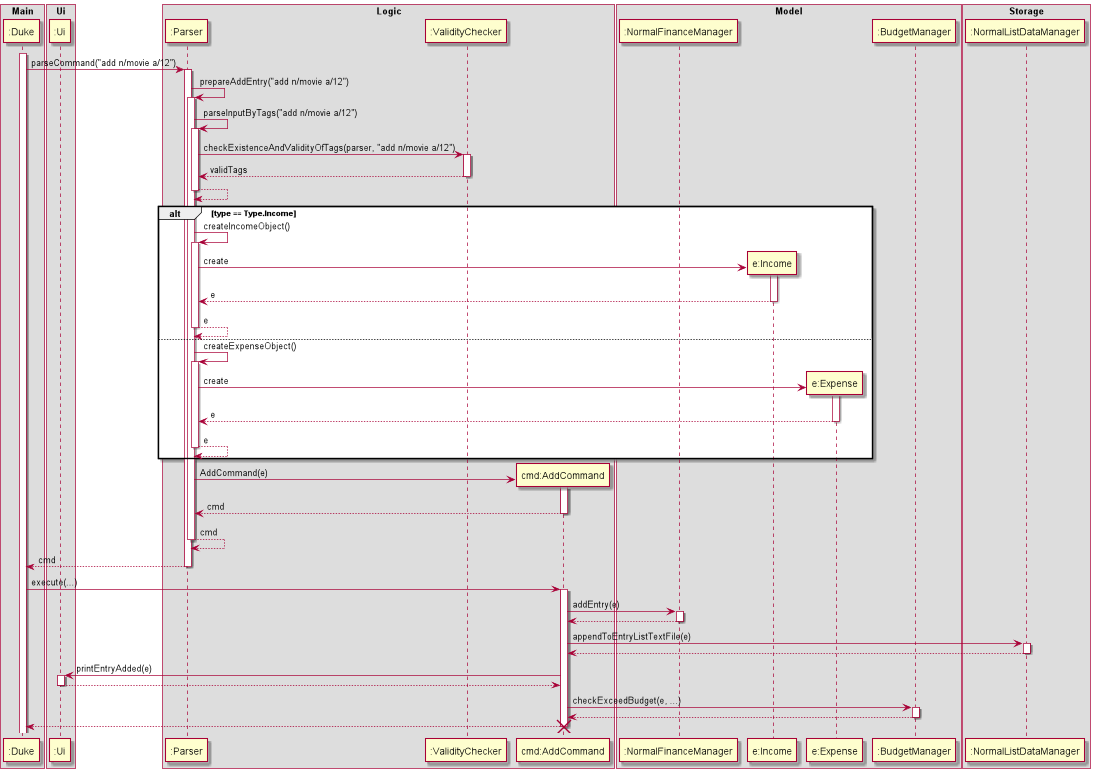
yanjia1777/tp keeps this PlantUML diagram as docs/images/LogicSequenceDiagram.png. Above is the earlier version.
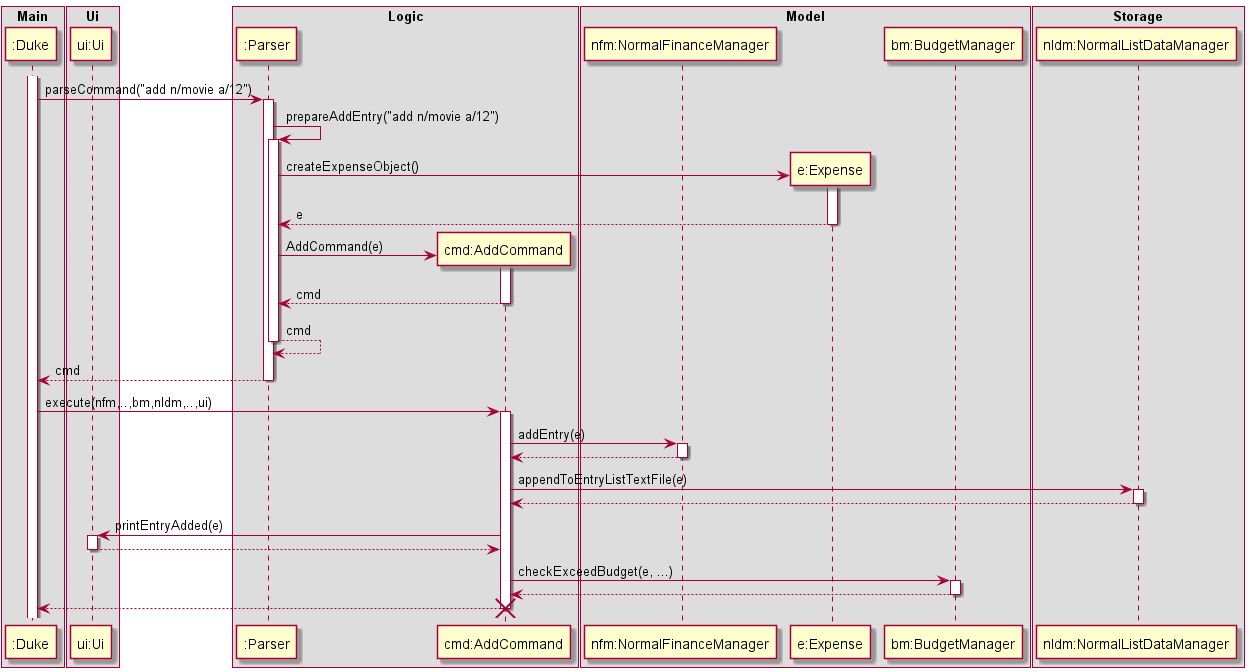
Above is the later version.

Commit message:
Update DG with simpler logic sequence diagram and parser implementation

The edit, as a diff of the source:
```diff
@@ -3,23 +3,21 @@
 Participant ":Duke" as Duke
 end box
 box Ui
-Participant ":Ui" as Ui
+Participant "ui:Ui" as Ui
 end box
 box Logic
 Participant ":Parser" as Parser
-Participant ":ValidityChecker" as Valid
 Participant "cmd:AddCommand" as DeleteCommand
 end box
 
 box Model
-Participant ":NormalFinanceManager" as NormalFinanceManager
-Participant "e:Income" as Entry2
-Participant "e:Expense" as Entry
-Participant ":BudgetManager" as Budget
+Participant "nfm:NormalFinanceManager" as NormalFinanceManager
+Participant "e:Expense" as Entry2
+Participant "bm:BudgetManager" as Budget
 end box
 
 box Storage
-Participant ":NormalListDataManager" as NormalListDataManager
+Participant "nldm:NormalListDataManager" as NormalListDataManager
 end box
 
 activate Duke
@@ -27,38 +25,13 @@
 activate Parser
 
 Parser -> Parser : prepareAddEntry("add n/movie a/12")
-activate Parser
-Parser -> Parser : parseInputByTags("add n/movie a/12")
-activate Parser
-Parser -> Valid : checkExistenceAndValidityOfTags(parser, "add n/movie a/12")
-activate Valid
-Valid --> Parser : validTags
-deactivate Valid
 
-Parser --> Parser
-deactivate Parser
-alt type == Type.Income
-    Parser -> Parser : createIncomeObject()
     activate Parser
     create Entry2
-    Parser -> Entry2 : create
+    Parser -> Entry2 : createExpenseObject()
     activate Entry2
     Entry2 --> Parser : e
     deactivate Entry2
-    Parser --> Parser : e
-    deactivate Parser
-else
-    Parser -> Parser : createExpenseObject()
-    activate Parser
-        create Entry
-        Parser -> Entry : create
-        activate Entry
-        Entry --> Parser : e
-        deactivate Entry
-        Parser --> Parser : e
-        deactivate Parser
-end
-activate Parser
 
 
 create DeleteCommand
@@ -72,7 +45,7 @@
 
 deactivate Parser
 
-Duke -> DeleteCommand : execute(...)
+Duke -> DeleteCommand : execute(nfm,..,bm,nldm,..,ui)
 
 activate DeleteCommand
 DeleteCommand -> NormalFinanceManager : addEntry(e)
```
